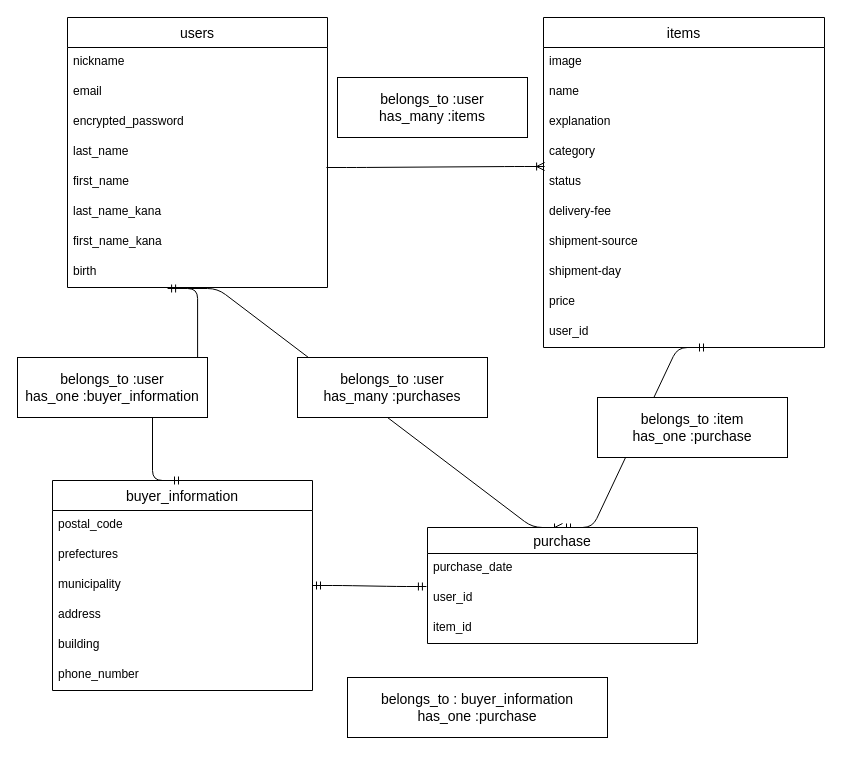
The draw.io diagram Database.dio in ALBAS23/furima-28673, before the edit. Source tidied: cells renumbered, new cells numbered last; positions are measured from the earlier drawing's top-left corner, leaving out a move shared by most shapes. Both pictures are drawn from the tidied source at 100%, with x=0, y=0 at pixel (17, 17).
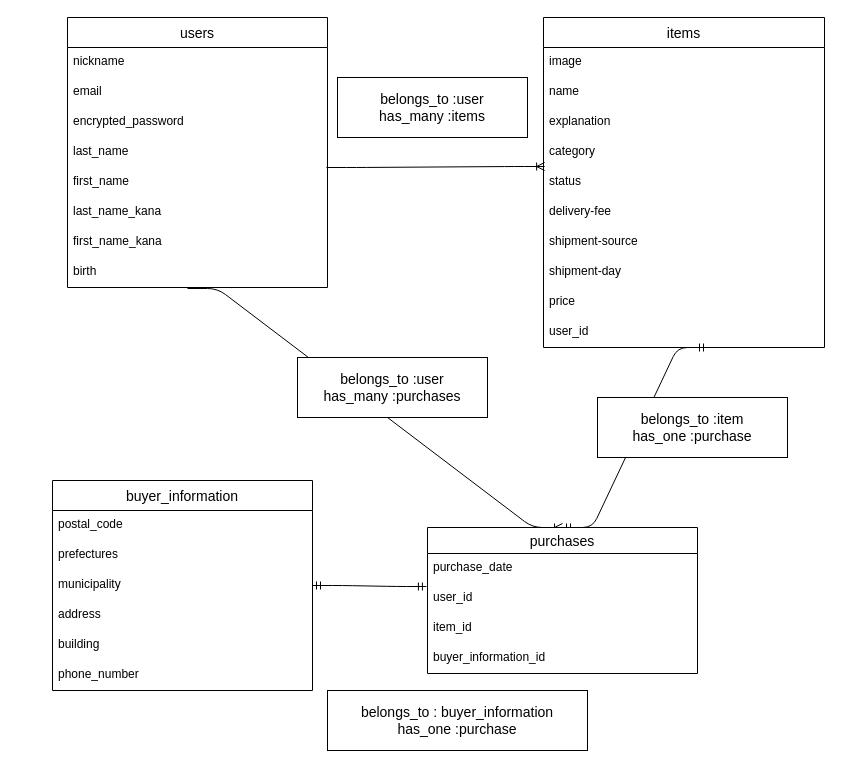
After the change.

Commit message (it also covers changes not shown here):
データベース設計_修正２_ 購入履歴管理と購入者情報

アソシエーションの情報を修正
外部キーを追加

The change refers to these unchanged cells:
```xml
<mxCell id="2" value="buyer_information" style="swimlane;fontStyle=0;horizontal=1;startSize=30;align=center;fontSize=14;rotation=0;" parent="1" vertex="1">
  <mxGeometry x="35" y="463" width="260" height="210" as="geometry" />
</mxCell>
<mxCell id="17" value="birth" style="text;strokeColor=none;fillColor=none;spacingLeft=4;spacingRight=4;overflow=hidden;points=[[0,0.5],[1,0.5]];portConstraint=eastwest;fontSize=12;rotation=0;" parent="9" vertex="1">
  <mxGeometry y="240" width="260" height="30" as="geometry" />
</mxCell>
```

Diff of the diagram source:
```diff
@@
-    <mxCell id="35" value="purchase" style="swimlane;fontStyle=0;horizontal=1;startSize=26;align=center;fontSize=14;" parent="1" vertex="1">
-      <mxGeometry x="410" y="510" width="270" height="116" as="geometry" />
+    <mxCell id="35" value="purchases" style="swimlane;fontStyle=0;horizontal=1;startSize=26;align=center;fontSize=14;" parent="1" vertex="1">
+      <mxGeometry x="410" y="510" width="270" height="146" as="geometry" />
     </mxCell>
@@
+    <mxCell id="43" value="item_id" style="text;strokeColor=none;fillColor=none;spacingLeft=4;spacingRight=4;overflow=hidden;fontSize=12;" parent="35" vertex="1">
+      <mxGeometry y="86" width="270" height="30" as="geometry" />
+    </mxCell>
-    <mxCell id="38" value="item_id" style="text;strokeColor=none;fillColor=none;spacingLeft=4;spacingRight=4;overflow=hidden;fontSize=12;" parent="35" vertex="1">
-      <mxGeometry y="86" width="270" height="30" as="geometry" />
+    <mxCell id="38" value="buyer_information_id" style="text;strokeColor=none;fillColor=none;spacingLeft=4;spacingRight=4;overflow=hidden;fontSize=12;" parent="35" vertex="1">
+      <mxGeometry y="116" width="270" height="30" as="geometry" />
     </mxCell>
@@
     <mxCell id="40" value="belongs_to : buyer_information&lt;br&gt;has_one :purchase" style="whiteSpace=wrap;html=1;startSize=30;fontSize=14;" parent="1" vertex="1">
-      <mxGeometry x="330" y="660" width="260" height="60" as="geometry" />
+      <mxGeometry x="310" y="673" width="260" height="60" as="geometry" />
     </mxCell>
-    <mxCell id="41" style="edgeStyle=entityRelationEdgeStyle;fontSize=12;html=1;endArrow=ERmandOne;startArrow=ERmandOne;entryX=0.5;entryY=0;entryDx=0;entryDy=0;exitX=0.385;exitY=1.033;exitDx=0;exitDy=0;exitPerimeter=0;" parent="1" edge="1" source="17" target="2">
-      <mxGeometry relative="1" as="geometry" />
-    </mxCell>
-    <mxCell id="42" value="belongs_to :user&lt;br&gt;has_one :buyer_information" style="whiteSpace=wrap;html=1;startSize=30;fontSize=14;" parent="1" vertex="1">
-      <mxGeometry y="340" width="190" height="60" as="geometry" />
-    </mxCell>
```
